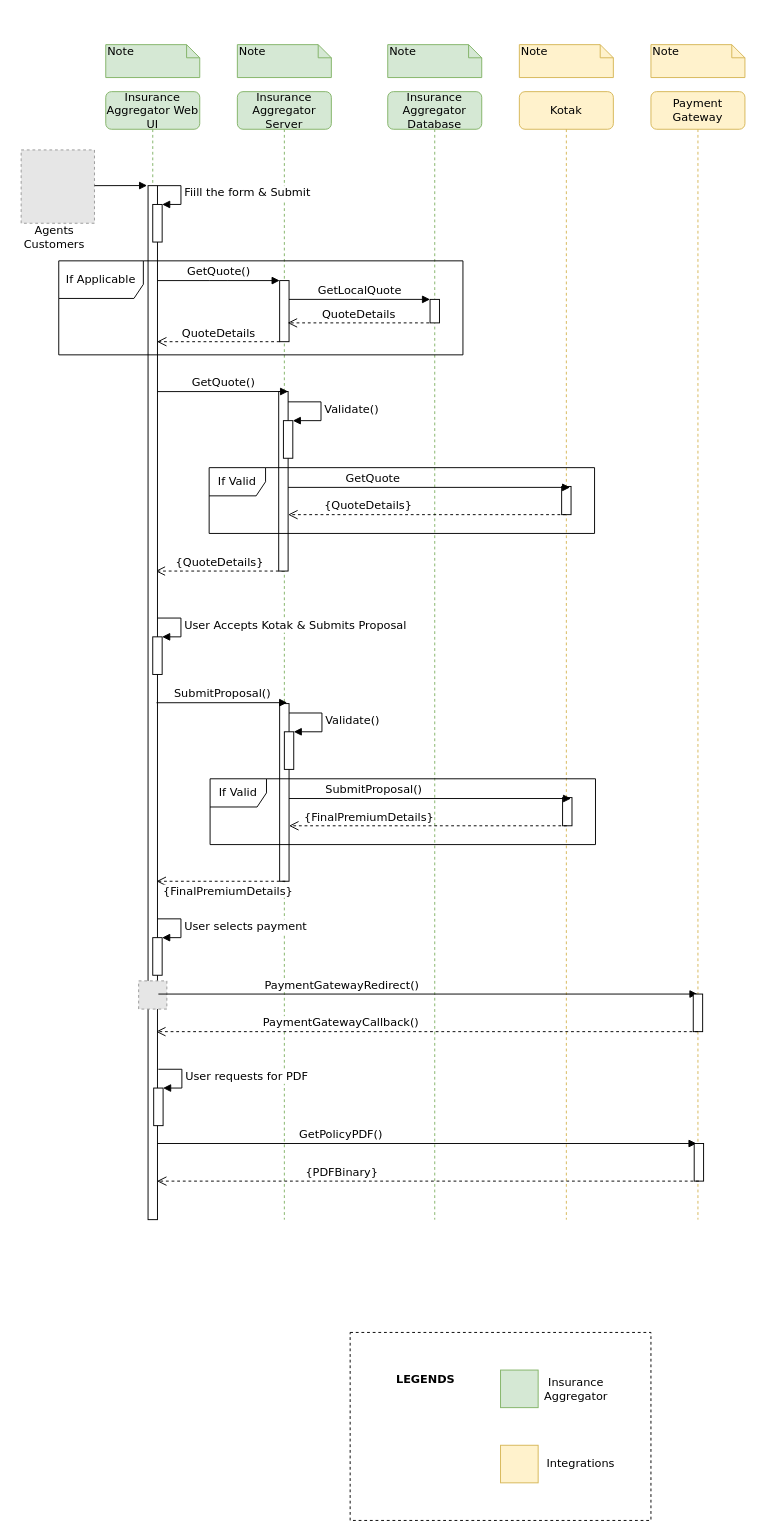
akshaypuri1989/cordova-plugin-vuforia-v1 keeps this draw.io diagram as images/Untitled Diagram.drawio. Above is the earlier version. Source tidied: cells renumbered, new cells numbered last; positions are measured from the earlier drawing's top-left corner, leaving out a move shared by most shapes. Both pictures are drawn from the tidied source at 94%, with x=0, y=0 at pixel (16, 44). Pictures stored in the file or linked from it are replaced by grey dashed boxes.
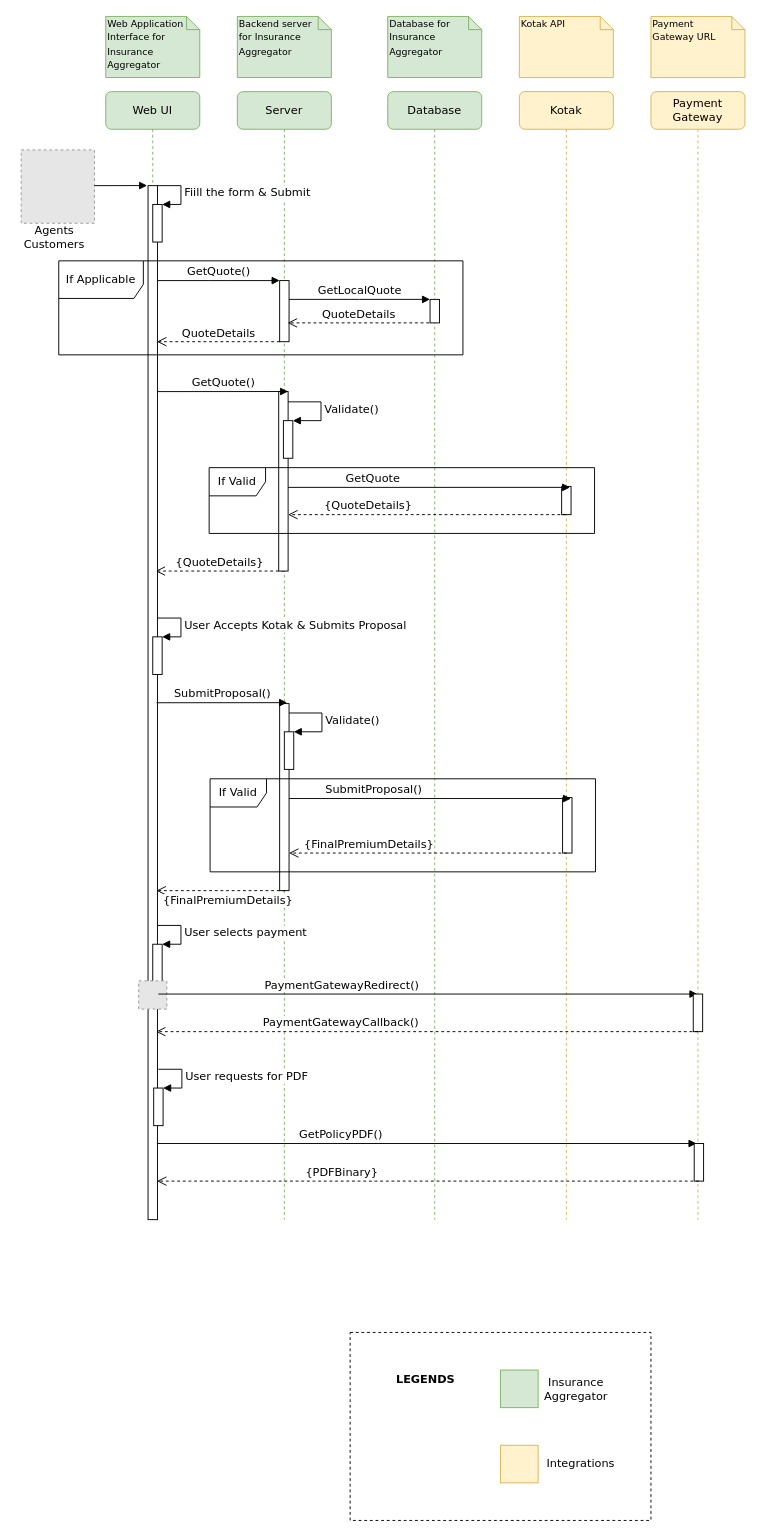
The same diagram, later.

Diff of the diagram source:
```diff
@@
-    <mxCell id="4" value="Insurance Aggregator Server" style="shape=umlLifeline;perimeter=lifelinePerimeter;whiteSpace=wrap;html=1;rounded=1;shadow=0;comic=0;labelBackgroundColor=none;strokeWidth=1;fontFamily=Verdana;fontSize=12;align=center;fillColor=#d5e8d4;strokeColor=#82b366;" parent="1" vertex="1">
+    <mxCell id="4" value="Server" style="shape=umlLifeline;perimeter=lifelinePerimeter;whiteSpace=wrap;html=1;rounded=1;shadow=0;comic=0;labelBackgroundColor=none;strokeWidth=1;fontFamily=Verdana;fontSize=12;align=center;fillColor=#d5e8d4;strokeColor=#82b366;" parent="1" vertex="1">
       <mxGeometry x="235" y="50" width="100" height="1200" as="geometry" />
     </mxCell>
@@
     <mxCell id="7" style="html=1;perimeter=orthogonalPerimeter;" parent="4" vertex="1">
-      <mxGeometry x="45" y="651" width="10" height="189" as="geometry" />
+      <mxGeometry x="45" y="651" width="10" height="199" as="geometry" />
     </mxCell>
-    <mxCell id="8" value="Insurance Aggregator Database" style="shape=umlLifeline;perimeter=lifelinePerimeter;whiteSpace=wrap;html=1;rounded=1;shadow=0;comic=0;labelBackgroundColor=none;strokeWidth=1;fontFamily=Verdana;fontSize=12;align=center;fillColor=#d5e8d4;strokeColor=#82b366;" parent="1" vertex="1">
+    <mxCell id="8" value="Database" style="shape=umlLifeline;perimeter=lifelinePerimeter;whiteSpace=wrap;html=1;rounded=1;shadow=0;comic=0;labelBackgroundColor=none;strokeWidth=1;fontFamily=Verdana;fontSize=12;align=center;fillColor=#d5e8d4;strokeColor=#82b366;" parent="1" vertex="1">
       <mxGeometry x="395" y="50" width="100" height="1200" as="geometry" />
     </mxCell>
@@
-    <mxCell id="13" value="Insurance Aggregator Web UI" style="shape=umlLifeline;perimeter=lifelinePerimeter;whiteSpace=wrap;html=1;rounded=1;shadow=0;comic=0;labelBackgroundColor=none;strokeWidth=1;fontFamily=Verdana;fontSize=12;align=center;fillColor=#d5e8d4;strokeColor=#82b366;" parent="1" vertex="1">
+    <mxCell id="13" value="Web UI" style="shape=umlLifeline;perimeter=lifelinePerimeter;whiteSpace=wrap;html=1;rounded=1;shadow=0;comic=0;labelBackgroundColor=none;strokeWidth=1;fontFamily=Verdana;fontSize=12;align=center;fillColor=#d5e8d4;strokeColor=#82b366;" parent="1" vertex="1">
       <mxGeometry x="95" y="50" width="100" height="1200" as="geometry" />
     </mxCell>
@@
     <mxCell id="19" style="html=1;points=[];perimeter=orthogonalPerimeter;" parent="13" vertex="1">
-      <mxGeometry x="50" y="900" width="10" height="40" as="geometry" />
+      <mxGeometry x="50" y="907" width="10" height="40" as="geometry" />
     </mxCell>
     <mxCell id="20" value="&lt;font face=&quot;Verdana&quot; style=&quot;font-size: 12px&quot;&gt;User selects payment&lt;/font&gt;" style="edgeStyle=orthogonalEdgeStyle;html=1;align=left;spacingLeft=2;endArrow=block;rounded=0;entryX=1;entryY=0;" parent="13" edge="1" target="19">
       <mxGeometry relative="1" as="geometry">
-        <mxPoint x="55" y="880" as="sourcePoint" />
+        <mxPoint x="55" y="887" as="sourcePoint" />
         <Array as="points">
-          <mxPoint x="80" y="880" />
+          <mxPoint x="80" y="887" />
         </Array>
       </mxGeometry>
     </mxCell>
@@
-    <mxCell id="24" value="Note" style="shape=note;whiteSpace=wrap;html=1;size=14;verticalAlign=top;align=left;spacingTop=-6;rounded=0;shadow=0;comic=0;labelBackgroundColor=none;strokeWidth=1;fontFamily=Verdana;fontSize=12;fillColor=#d5e8d4;strokeColor=#82b366;" parent="1" vertex="1">
-      <mxGeometry x="95" width="100" height="35" as="geometry" />
+    <mxCell id="24" value="&lt;font style=&quot;font-size: 10px&quot;&gt;Web Application Interface for Insurance Aggregator&lt;/font&gt;" style="shape=note;whiteSpace=wrap;html=1;size=14;verticalAlign=top;align=left;spacingTop=-6;rounded=0;shadow=0;comic=0;labelBackgroundColor=none;strokeWidth=1;fontFamily=Verdana;fontSize=12;fillColor=#d5e8d4;strokeColor=#82b366;" parent="1" vertex="1">
+      <mxGeometry x="95" y="-30" width="100" height="65" as="geometry" />
     </mxCell>
-    <mxCell id="25" value="Note" style="shape=note;whiteSpace=wrap;html=1;size=14;verticalAlign=top;align=left;spacingTop=-6;rounded=0;shadow=0;comic=0;labelBackgroundColor=none;strokeWidth=1;fontFamily=Verdana;fontSize=12;fillColor=#d5e8d4;strokeColor=#82b366;" parent="1" vertex="1">
-      <mxGeometry x="235" width="100" height="35" as="geometry" />
+    <mxCell id="25" value="&lt;font style=&quot;font-size: 10px&quot;&gt;Backend server&lt;br&gt;for Insurance Aggregator&lt;/font&gt;" style="shape=note;whiteSpace=wrap;html=1;size=14;verticalAlign=top;align=left;spacingTop=-6;rounded=0;shadow=0;comic=0;labelBackgroundColor=none;strokeWidth=1;fontFamily=Verdana;fontSize=12;fillColor=#d5e8d4;strokeColor=#82b366;" parent="1" vertex="1">
+      <mxGeometry x="235" y="-30" width="100" height="65" as="geometry" />
     </mxCell>
-    <mxCell id="26" value="Note" style="shape=note;whiteSpace=wrap;html=1;size=14;verticalAlign=top;align=left;spacingTop=-6;rounded=0;shadow=0;comic=0;labelBackgroundColor=none;strokeWidth=1;fontFamily=Verdana;fontSize=12;fillColor=#d5e8d4;strokeColor=#82b366;" parent="1" vertex="1">
-      <mxGeometry x="395" width="100" height="35" as="geometry" />
+    <mxCell id="26" value="&lt;font style=&quot;font-size: 10px&quot;&gt;Database for Insurance Aggregator&lt;/font&gt;" style="shape=note;whiteSpace=wrap;html=1;size=14;verticalAlign=top;align=left;spacingTop=-6;rounded=0;shadow=0;comic=0;labelBackgroundColor=none;strokeWidth=1;fontFamily=Verdana;fontSize=12;fillColor=#d5e8d4;strokeColor=#82b366;" parent="1" vertex="1">
+      <mxGeometry x="395" y="-30" width="100" height="65" as="geometry" />
     </mxCell>
-    <mxCell id="27" value="Note" style="shape=note;whiteSpace=wrap;html=1;size=14;verticalAlign=top;align=left;spacingTop=-6;rounded=0;shadow=0;comic=0;labelBackgroundColor=none;strokeWidth=1;fontFamily=Verdana;fontSize=12;fillColor=#fff2cc;strokeColor=#d6b656;" parent="1" vertex="1">
-      <mxGeometry x="535" width="100" height="35" as="geometry" />
+    <mxCell id="27" value="&lt;font style=&quot;font-size: 10px&quot;&gt;Kotak API&lt;/font&gt;" style="shape=note;whiteSpace=wrap;html=1;size=14;verticalAlign=top;align=left;spacingTop=-6;rounded=0;shadow=0;comic=0;labelBackgroundColor=none;strokeWidth=1;fontFamily=Verdana;fontSize=12;fillColor=#fff2cc;strokeColor=#d6b656;" parent="1" vertex="1">
+      <mxGeometry x="535" y="-30" width="100" height="65" as="geometry" />
     </mxCell>
-    <mxCell id="28" value="Note" style="shape=note;whiteSpace=wrap;html=1;size=14;verticalAlign=top;align=left;spacingTop=-6;rounded=0;shadow=0;comic=0;labelBackgroundColor=none;strokeWidth=1;fontFamily=Verdana;fontSize=12;fillColor=#fff2cc;strokeColor=#d6b656;" parent="1" vertex="1">
-      <mxGeometry x="675" width="100" height="35" as="geometry" />
+    <mxCell id="28" value="&lt;font style=&quot;font-size: 10px&quot;&gt;Payment&lt;br&gt;Gateway URL&lt;/font&gt;" style="shape=note;whiteSpace=wrap;html=1;size=14;verticalAlign=top;align=left;spacingTop=-6;rounded=0;shadow=0;comic=0;labelBackgroundColor=none;strokeWidth=1;fontFamily=Verdana;fontSize=12;fillColor=#fff2cc;strokeColor=#d6b656;" parent="1" vertex="1">
+      <mxGeometry x="675" y="-30" width="100" height="65" as="geometry" />
     </mxCell>
@@
     <mxCell id="40" value="&lt;span style=&quot;font-family: &amp;#34;verdana&amp;#34; ; font-size: 12px&quot;&gt;{FinalPremiumDetails}&lt;/span&gt;" style="html=1;verticalAlign=bottom;endArrow=open;dashed=1;endSize=8;" parent="1" edge="1">
       <mxGeometry x="-0.11" y="20" relative="1" as="geometry">
-        <mxPoint x="286" y="890" as="sourcePoint" />
-        <mxPoint x="149" y="890" as="targetPoint" />
+        <mxPoint x="286" y="900" as="sourcePoint" />
+        <mxPoint x="149" y="900" as="targetPoint" />
       </mxGeometry>
     </mxCell>
     <mxCell id="41" style="html=1;perimeter=orthogonalPerimeter;" parent="1" vertex="1">
-      <mxGeometry x="581" y="801" width="10" height="30" as="geometry" />
+      <mxGeometry x="581" y="801" width="10" height="59" as="geometry" />
     </mxCell>
@@
     <mxCell id="43" value="&lt;font style=&quot;font-size: 12px&quot; face=&quot;Verdana&quot;&gt;{FinalPremiumDetails}&lt;/font&gt;" style="html=1;verticalAlign=bottom;endArrow=open;dashed=1;endSize=8;" parent="1" edge="1">
       <mxGeometry x="0.43" relative="1" as="geometry">
-        <mxPoint x="585.5" y="831" as="sourcePoint" />
-        <mxPoint x="290" y="831" as="targetPoint" />
+        <mxPoint x="585.5" y="860" as="sourcePoint" />
+        <mxPoint x="290" y="860" as="targetPoint" />
       </mxGeometry>
     </mxCell>
@@
-    <mxCell id="47" value="&lt;font face=&quot;Verdana&quot;&gt;If Valid&lt;/font&gt;" style="shape=umlFrame;whiteSpace=wrap;html=1;" parent="1" vertex="1">
-      <mxGeometry x="206" y="781" width="410" height="70" as="geometry" />
-    </mxCell>
@@
+    <mxCell id="47" value="&lt;font face=&quot;Verdana&quot;&gt;If Valid&lt;/font&gt;" style="shape=umlFrame;whiteSpace=wrap;html=1;" parent="1" vertex="1">
+      <mxGeometry x="206" y="781" width="410" height="99" as="geometry" />
+    </mxCell>
```
